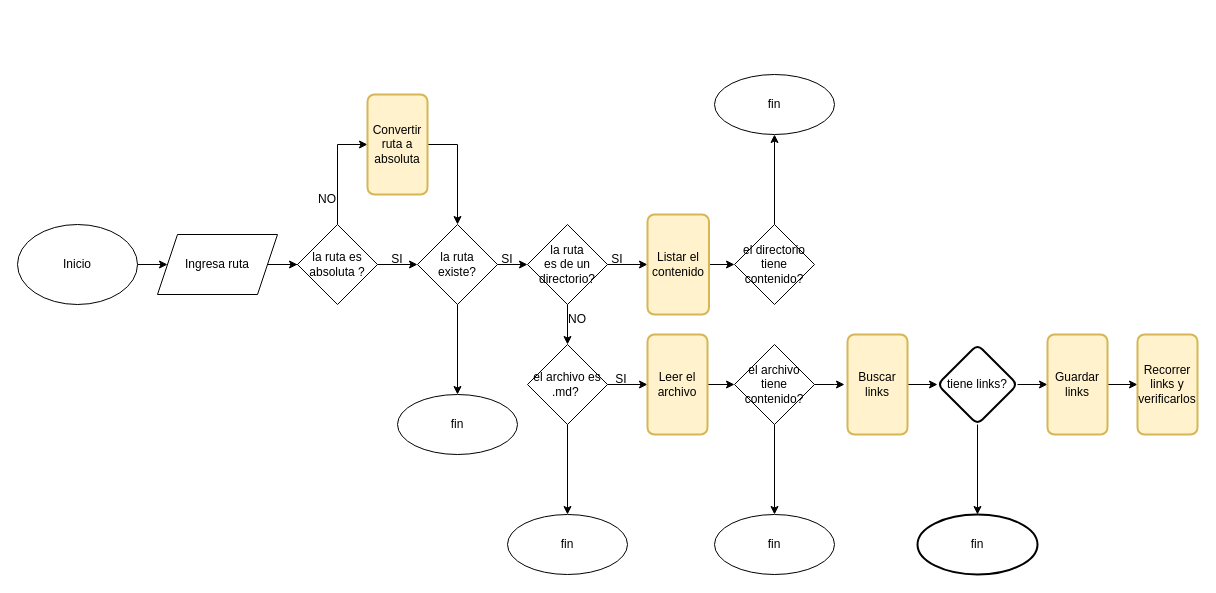
Earlier version of the draw.io diagram Diagrama mdlinks.drawio (Abelen21/LIM018-md-links). Source tidied: cells renumbered, new cells numbered last; positions are measured from the earlier drawing's top-left corner, leaving out a move shared by most shapes. Both pictures are drawn from the tidied source at 100%, with x=0, y=0 at pixel (17, 74).
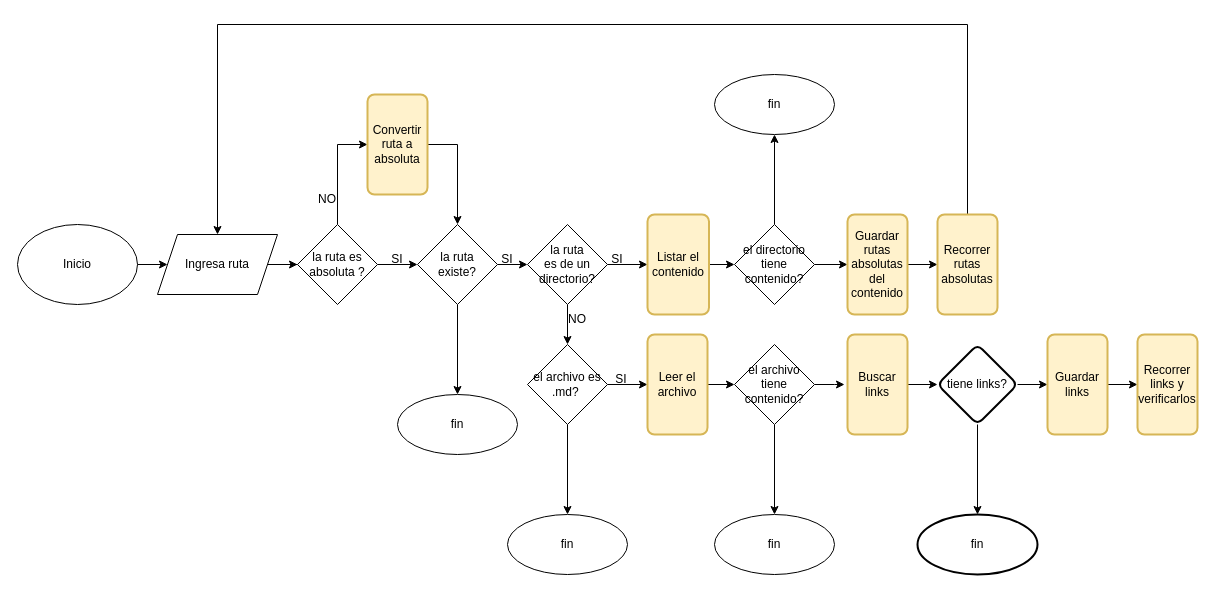
Above is the later version.

The change refers to these unchanged cells:
```xml
<mxCell id="6" value="Ingresa ruta" style="shape=parallelogram;perimeter=parallelogramPerimeter;whiteSpace=wrap;html=1;fixedSize=1;" parent="1" vertex="1">
  <mxGeometry x="140" y="160" width="120" height="60" as="geometry" />
</mxCell>
<mxCell id="19" value="el directorio tiene contenido?" style="rhombus;whiteSpace=wrap;html=1;" parent="1" vertex="1">
  <mxGeometry x="717" y="150" width="80" height="80" as="geometry" />
</mxCell>
```

What changed in the source:
```diff
@@
+    <mxCell id="48" style="edgeStyle=orthogonalEdgeStyle;rounded=0;jettySize=auto;html=1;" parent="1" edge="1" source="19" target="50">
+      <mxGeometry relative="1" as="geometry" />
+    </mxCell>
@@
+    <mxCell id="49" style="edgeStyle=orthogonalEdgeStyle;rounded=0;jettySize=auto;html=1;" parent="1" edge="1" source="50" target="52">
+      <mxGeometry relative="1" as="geometry" />
+    </mxCell>
+    <mxCell id="50" value="Guardar rutas absolutas del contenido" style="rounded=1;whiteSpace=wrap;html=1;absoluteArcSize=1;arcSize=14;strokeWidth=2;fillColor=#fff2cc;strokeColor=#d6b656;" parent="1" vertex="1">
+      <mxGeometry x="830" y="140" width="60" height="100" as="geometry" />
+    </mxCell>
+    <mxCell id="51" style="edgeStyle=orthogonalEdgeStyle;rounded=0;jettySize=auto;html=1;entryX=0.5;entryY=0;entryDx=0;entryDy=0;" parent="1" edge="1" source="52" target="6">
+      <mxGeometry relative="1" as="geometry">
+        <Array as="points">
+          <mxPoint x="950" y="-50" />
+          <mxPoint x="200" y="-50" />
+        </Array>
+      </mxGeometry>
+    </mxCell>
+    <mxCell id="52" value="Recorrer rutas absolutas" style="rounded=1;whiteSpace=wrap;html=1;absoluteArcSize=1;arcSize=14;strokeWidth=2;fillColor=#fff2cc;strokeColor=#d6b656;" parent="1" vertex="1">
+      <mxGeometry x="920" y="140" width="60" height="100" as="geometry" />
+    </mxCell>
```
